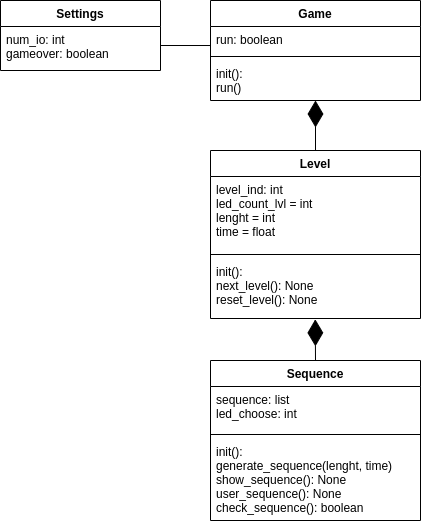
Earlier version of the draw.io export Class diagram.drawio.png (Flaviu123/LED_MindGame). Source tidied: cells renumbered, new cells last; positions are measured from the earlier drawing's top-left corner, leaving out a move shared by most shapes.
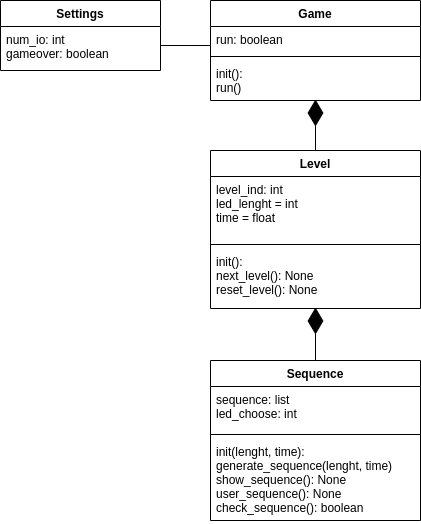
Later version of the same file.

Commit message:
Adjusted class diagram to program and improved

Diff of the diagram source:
```diff
@@ -29,31 +29,31 @@
     <mxCell id="10" style="line;strokeWidth=1;fillColor=none;align=left;verticalAlign=middle;spacingTop=-1;spacingLeft=3;spacingRight=3;labelPosition=right;" parent="8" vertex="1">
       <mxGeometry y="70" width="210" height="8" as="geometry" />
     </mxCell>
-    <mxCell id="11" value="init():&#10;generate_sequence(lenght, time)&#10;show_sequence(): None&#10;user_sequence(): None&#10;check_sequence(): boolean" style="text;strokeColor=none;fillColor=none;align=left;verticalAlign=top;spacingLeft=4;spacingRight=4;overflow=hidden;" parent="8" vertex="1">
+    <mxCell id="11" value="init(lenght, time):&#10;generate_sequence(lenght, time)&#10;show_sequence(): None&#10;user_sequence(): None&#10;check_sequence(): boolean" style="text;strokeColor=none;fillColor=none;align=left;verticalAlign=top;spacingLeft=4;spacingRight=4;overflow=hidden;" parent="8" vertex="1">
       <mxGeometry y="78" width="210" height="82" as="geometry" />
     </mxCell>
-    <mxCell id="12" style="endArrow=diamondThin;endFill=1;endSize=24;html=1;rounded=0;exitX=0.5;exitY=0;exitDx=0;exitDy=0;entryX=0.499;entryY=1.014;entryDx=0;entryDy=0;entryPerimeter=0;" parent="1" edge="1" source="8" target="16">
-      <mxGeometry relative="1" as="geometry" />
-    </mxCell>
     <mxCell id="13" value="Level" style="swimlane;fontStyle=1;align=center;verticalAlign=top;horizontal=1;startSize=26;" parent="1" vertex="1">
-      <mxGeometry x="210" y="150" width="210" height="168" as="geometry" />
+      <mxGeometry x="210" y="150" width="210" height="158" as="geometry" />
     </mxCell>
-    <mxCell id="14" value="level_ind: int&#10;led_count_lvl = int&#10;lenght = int&#10;time = float" style="text;strokeColor=none;fillColor=none;align=left;verticalAlign=top;spacingLeft=4;spacingRight=4;overflow=hidden;" parent="13" vertex="1">
-      <mxGeometry y="26" width="210" height="74" as="geometry" />
+    <mxCell id="14" value="level_ind: int&#10;led_lenght = int&#10;time = float" style="text;strokeColor=none;fillColor=none;align=left;verticalAlign=top;spacingLeft=4;spacingRight=4;overflow=hidden;" parent="13" vertex="1">
+      <mxGeometry y="26" width="210" height="64" as="geometry" />
     </mxCell>
     <mxCell id="15" style="line;strokeWidth=1;fillColor=none;align=left;verticalAlign=middle;spacingTop=-1;spacingLeft=3;spacingRight=3;labelPosition=right;" parent="13" vertex="1">
-      <mxGeometry y="100" width="210" height="8" as="geometry" />
+      <mxGeometry y="90" width="210" height="8" as="geometry" />
     </mxCell>
     <mxCell id="16" value="init():&#10;next_level(): None&#10;reset_level(): None" style="text;strokeColor=none;fillColor=none;align=left;verticalAlign=top;spacingLeft=4;spacingRight=4;overflow=hidden;points=[[0,0.5],[1,0.5]];portConstraint=eastwest;" parent="13" vertex="1">
-      <mxGeometry y="108" width="210" height="60" as="geometry" />
+      <mxGeometry y="98" width="210" height="60" as="geometry" />
     </mxCell>
+    <mxCell id="18" style="endArrow=none;html=1;rounded=0;exitX=0;exitY=0.731;exitDx=0;exitDy=0;exitPerimeter=0;" parent="1" edge="1" source="5">
+      <mxGeometry relative="1" as="geometry">
+        <mxPoint x="160" y="45" as="targetPoint" />
+      </mxGeometry>
+    </mxCell>
+    <mxCell id="12" style="endArrow=diamondThin;endFill=1;endSize=24;html=1;rounded=0;entryX=0.5;entryY=0.983;entryDx=0;entryDy=0;entryPerimeter=0;exitX=0.5;exitY=0;exitDx=0;exitDy=0;" parent="1" edge="1" source="8" target="16">
+      <mxGeometry relative="1" as="geometry" />
+    </mxCell>
-    <mxCell id="17" style="endArrow=diamondThin;endFill=1;endSize=24;html=1;rounded=0;entryX=0.5;entryY=1;entryDx=0;entryDy=0;entryPerimeter=0;exitX=0.5;exitY=0;exitDx=0;exitDy=0;" parent="1" edge="1" source="13" target="7">
+    <mxCell id="17" style="endArrow=diamondThin;endFill=1;endSize=24;html=1;rounded=0;entryX=0.5;entryY=0.975;entryDx=0;entryDy=0;entryPerimeter=0;exitX=0.5;exitY=0;exitDx=0;exitDy=0;" parent="1" edge="1" source="13" target="7">
       <mxGeometry relative="1" as="geometry" />
     </mxCell>
-    <mxCell id="18" style="endArrow=none;html=1;rounded=0;exitX=0;exitY=0.731;exitDx=0;exitDy=0;exitPerimeter=0;" parent="1" edge="1" source="5">
-      <mxGeometry relative="1" as="geometry">
-        <mxPoint x="160" y="45" as="targetPoint" />
-      </mxGeometry>
-    </mxCell>
   </root>
 </mxGraphModel>
```
